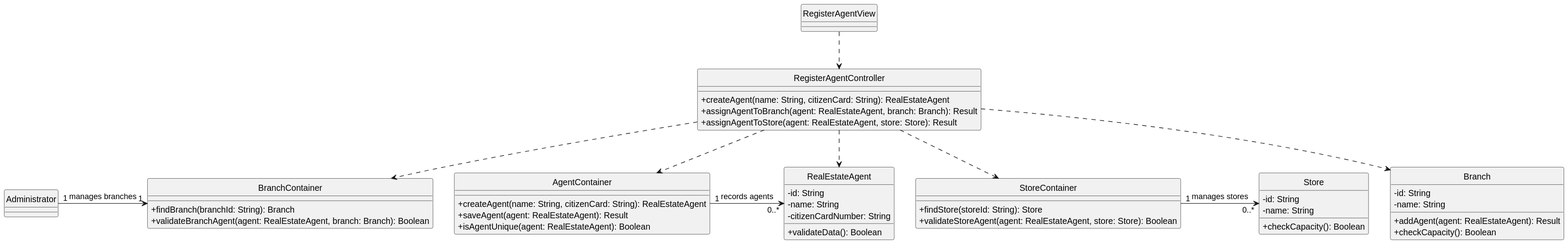
This is docs/Sprint2/US11/US11-CD.svg from goncalomaia18/leti-esoft-24-25-A2, a PlantUML export, as it was before one commit. Its diagram source:
```plantuml
@startuml
hide circle
skinparam classAttributeIconSize 0

class RegisterAgentView {
}

class RegisterAgentController {
    +createAgent(name: String, citizenCard: String): RealEstateAgent
    +assignAgentToBranch(agent: RealEstateAgent, branch: Branch): Result
    +assignAgentToStore(agent: RealEstateAgent, store: Store): Result
}

class RealEstateAgent {
    -id: String
    -name: String
    -citizenCardNumber: String
    +validateData(): Boolean
}

class Branch {
    -id: String
    -name: String
    +addAgent(agent: RealEstateAgent): Result
    +checkCapacity(): Boolean
}

class AgentContainer {
    +createAgent(name: String, citizenCard: String): RealEstateAgent
    +saveAgent(agent: RealEstateAgent): Result
    +isAgentUnique(agent: RealEstateAgent): Boolean
}

class BranchContainer {
    +findBranch(branchId: String): Branch
    +validateBranchAgent(agent: RealEstateAgent, branch: Branch): Boolean
}

class Store {
    -id: String
    -name: String
    +checkCapacity(): Boolean
}

class StoreContainer {
    +findStore(storeId: String): Store
    +validateStoreAgent(agent: RealEstateAgent, store: Store): Boolean
}

Administrator "1" -right-> "1" BranchContainer : manages branches
AgentContainer "1" -right-> "0..*" RealEstateAgent : records agents
StoreContainer "1" -right-> "0..*" Store : manages stores

RegisterAgentView ..> RegisterAgentController
RegisterAgentController ..> RealEstateAgent
RegisterAgentController ..> BranchContainer
RegisterAgentController ..> AgentContainer
RegisterAgentController ..> Branch
RegisterAgentController ..> StoreContainer
@enduml
```
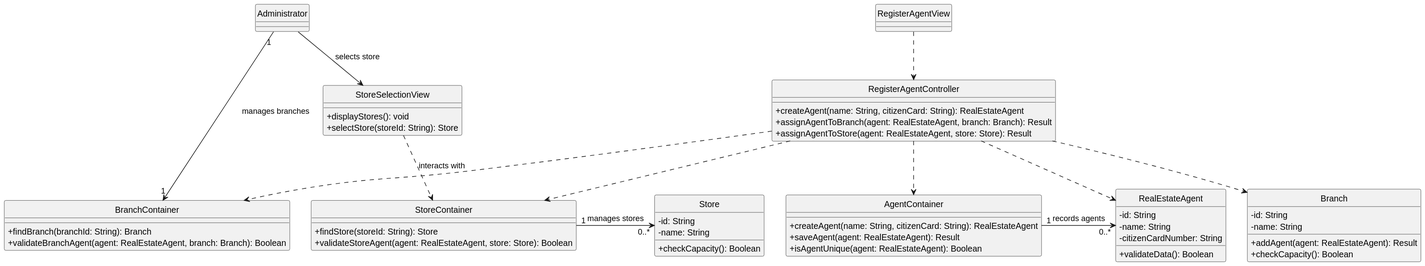
After the change.

The edit, as a diff of the source:
```diff
@@ -47,6 +47,11 @@
     +validateStoreAgent(agent: RealEstateAgent, store: Store): Boolean
 }
 
+class StoreSelectionView {
+    +displayStores(): void
+    +selectStore(storeId: String): Store
+}
+
 Administrator "1" -right-> "1" BranchContainer : manages branches
 AgentContainer "1" -right-> "0..*" RealEstateAgent : records agents
 StoreContainer "1" -right-> "0..*" Store : manages stores
@@ -57,4 +62,6 @@
 RegisterAgentController ..> AgentContainer
 RegisterAgentController ..> Branch
 RegisterAgentController ..> StoreContainer
+StoreSelectionView ..> StoreContainer : interacts with
+Administrator --> StoreSelectionView : selects store
 @enduml
```
